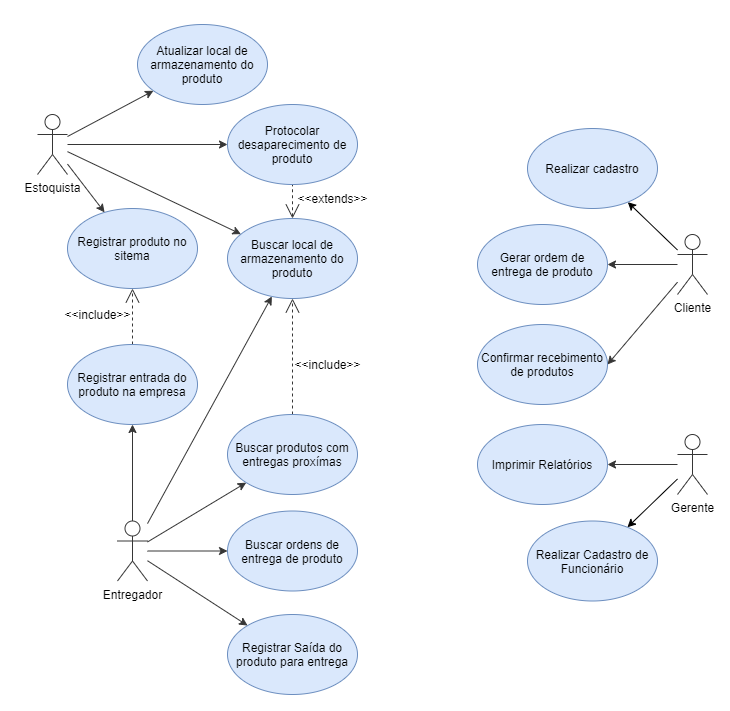
PedroHenriqueFonsecaMelo/EngenhariaFinal_T2 keeps this draw.io diagram as Requisitos/casos_uso.png. Above is the earlier version. Source tidied: cells renumbered, new cells last; positions are measured from the earlier drawing's top-left corner, leaving out a move shared by most shapes.
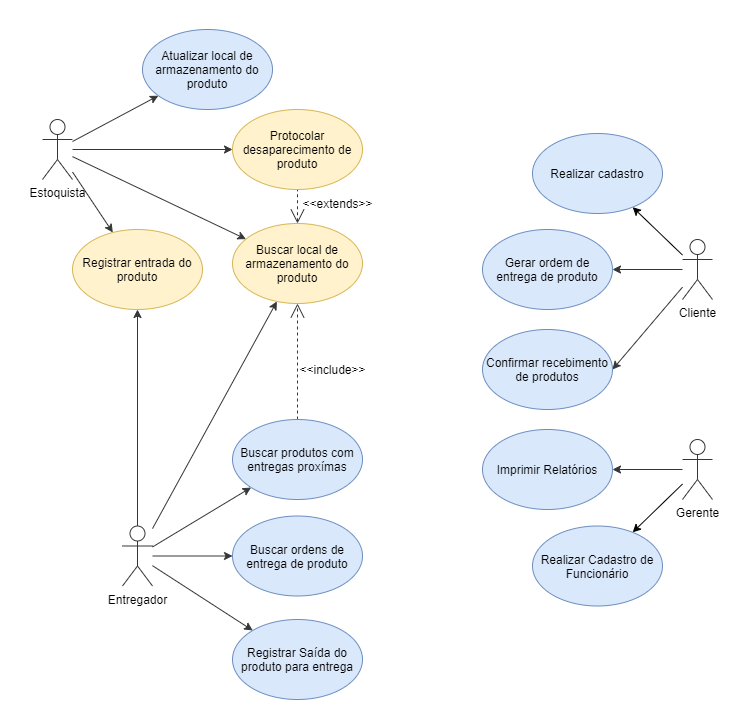
The same file after the commit.

Commit message:
Alterado informações no arquivo casos_uso.png

The edit, as a diff of the source:
```diff
@@ -2,116 +2,107 @@
   <root>
     <mxCell id="0" />
     <mxCell id="1" parent="0" />
-    <mxCell id="2" style="rounded=0;jettySize=auto;html=1;strokeColor=#363636;" parent="1" edge="1" source="6" target="7">
+    <mxCell id="2" style="rounded=0;jettySize=auto;html=1;strokeColor=#363636;" parent="1" edge="1" source="6" target="29">
       <mxGeometry relative="1" as="geometry" />
     </mxCell>
-    <mxCell id="3" style="rounded=0;jettySize=auto;html=1;strokeColor=#363636;" parent="1" edge="1" source="6" target="8">
+    <mxCell id="3" style="rounded=0;jettySize=auto;html=1;strokeColor=#363636;" parent="1" edge="1" source="6" target="7">
       <mxGeometry relative="1" as="geometry" />
     </mxCell>
-    <mxCell id="4" style="rounded=0;jettySize=auto;html=1;strokeColor=#363636;" parent="1" edge="1" source="6" target="21">
+    <mxCell id="4" style="rounded=0;jettySize=auto;html=1;strokeColor=#363636;" parent="1" edge="1" source="6" target="20">
       <mxGeometry relative="1" as="geometry" />
     </mxCell>
-    <mxCell id="5" style="rounded=0;jettySize=auto;html=1;strokeColor=#363636;" parent="1" edge="1" source="6" target="28">
+    <mxCell id="5" style="rounded=0;jettySize=auto;html=1;strokeColor=#363636;" parent="1" edge="1" source="6" target="27">
       <mxGeometry relative="1" as="geometry" />
     </mxCell>
     <mxCell id="6" value="Estoquista" style="shape=umlActor;verticalLabelPosition=bottom;verticalAlign=top;html=1;outlineConnect=0;strokeColor=#363636;" parent="1" vertex="1">
       <mxGeometry y="90" width="30" height="60" as="geometry" />
     </mxCell>
-    <mxCell id="7" value="Registrar produto no sitema" style="ellipse;whiteSpace=wrap;html=1;strokeColor=#6c8ebf;fillColor=#dae8fc;" parent="1" vertex="1">
-      <mxGeometry x="30" y="184" width="130" height="80" as="geometry" />
+    <mxCell id="7" value="Atualizar local de armazenamento do produto" style="ellipse;whiteSpace=wrap;html=1;strokeColor=#6c8ebf;fillColor=#dae8fc;" parent="1" vertex="1">
+      <mxGeometry x="100" width="130" height="80" as="geometry" />
     </mxCell>
-    <mxCell id="8" value="Atualizar local de armazenamento do produto" style="ellipse;whiteSpace=wrap;html=1;strokeColor=#6c8ebf;fillColor=#dae8fc;" parent="1" vertex="1">
-      <mxGeometry x="100" width="130" height="80" as="geometry" />
+    <mxCell id="8" style="rounded=0;jettySize=auto;html=1;strokeColor=#363636;" parent="1" edge="1" source="13" target="14">
+      <mxGeometry relative="1" as="geometry" />
     </mxCell>
-    <mxCell id="9" style="rounded=0;jettySize=auto;html=1;strokeColor=#363636;" parent="1" edge="1" source="14" target="15">
+    <mxCell id="9" style="rounded=0;jettySize=auto;html=1;strokeColor=#363636;" parent="1" edge="1" source="13" target="20">
       <mxGeometry relative="1" as="geometry" />
     </mxCell>
-    <mxCell id="10" style="rounded=0;jettySize=auto;html=1;strokeColor=#363636;" parent="1" edge="1" source="14" target="21">
+    <mxCell id="10" style="edgeStyle=none;rounded=0;jettySize=auto;html=1;startArrow=none;startFill=0;endArrow=classic;endFill=1;startSize=12;endSize=6;strokeColor=#363636;strokeWidth=1;" parent="1" edge="1" source="13" target="29">
       <mxGeometry relative="1" as="geometry" />
     </mxCell>
-    <mxCell id="11" style="edgeStyle=none;rounded=0;jettySize=auto;html=1;startArrow=none;startFill=0;endArrow=classic;endFill=1;startSize=12;endSize=6;strokeColor=#363636;strokeWidth=1;" parent="1" edge="1" source="14" target="31">
+    <mxCell id="11" style="edgeStyle=none;rounded=0;jettySize=auto;html=1;startArrow=none;startFill=0;endArrow=classic;endFill=1;startSize=12;endSize=6;strokeColor=#363636;strokeWidth=1;" parent="1" edge="1" source="13" target="30">
       <mxGeometry relative="1" as="geometry" />
     </mxCell>
-    <mxCell id="12" style="edgeStyle=none;rounded=0;jettySize=auto;html=1;startArrow=none;startFill=0;endArrow=classic;endFill=1;startSize=12;endSize=6;strokeColor=#363636;strokeWidth=1;" parent="1" edge="1" source="14" target="33">
+    <mxCell id="12" style="edgeStyle=none;rounded=0;jettySize=auto;html=1;startArrow=none;startFill=0;endArrow=classic;endFill=1;startSize=12;endSize=6;strokeColor=#363636;strokeWidth=1;" parent="1" edge="1" source="13" target="32">
       <mxGeometry relative="1" as="geometry" />
     </mxCell>
-    <mxCell id="13" style="edgeStyle=none;rounded=0;jettySize=auto;html=1;startArrow=none;startFill=0;endArrow=classic;endFill=1;startSize=12;endSize=6;strokeColor=#363636;strokeWidth=1;" parent="1" edge="1" source="14" target="35">
-      <mxGeometry relative="1" as="geometry" />
+    <mxCell id="13" value="Entregador" style="shape=umlActor;verticalLabelPosition=bottom;verticalAlign=top;html=1;outlineConnect=0;strokeColor=#363636;" parent="1" vertex="1">
+      <mxGeometry x="80" y="496.5" width="30" height="60" as="geometry" />
     </mxCell>
-    <mxCell id="14" value="Entregador" style="shape=umlActor;verticalLabelPosition=bottom;verticalAlign=top;html=1;outlineConnect=0;strokeColor=#363636;" parent="1" vertex="1">
-      <mxGeometry x="80" y="496.5" width="30" height="60" as="geometry" />
+    <mxCell id="14" value="Registrar Saída do produto para entrega" style="ellipse;whiteSpace=wrap;html=1;strokeColor=#6c8ebf;fillColor=#dae8fc;" parent="1" vertex="1">
+      <mxGeometry x="190" y="590" width="130" height="80" as="geometry" />
     </mxCell>
-    <mxCell id="15" value="Registrar Saída do produto para entrega" style="ellipse;whiteSpace=wrap;html=1;strokeColor=#6c8ebf;fillColor=#dae8fc;" parent="1" vertex="1">
-      <mxGeometry x="190" y="590" width="130" height="80" as="geometry" />
+    <mxCell id="15" style="edgeStyle=none;rounded=0;jettySize=auto;html=1;strokeColor=#363636;" parent="1" edge="1" source="17" target="18">
+      <mxGeometry relative="1" as="geometry" />
     </mxCell>
-    <mxCell id="16" style="edgeStyle=none;rounded=0;jettySize=auto;html=1;strokeColor=#363636;" parent="1" edge="1" source="18" target="19">
+    <mxCell id="16" style="edgeStyle=none;rounded=0;jettySize=auto;html=1;" parent="1" edge="1" source="17" target="35">
       <mxGeometry relative="1" as="geometry" />
     </mxCell>
-    <mxCell id="17" style="edgeStyle=none;rounded=0;jettySize=auto;html=1;" parent="1" edge="1" source="18" target="38">
-      <mxGeometry relative="1" as="geometry" />
+    <mxCell id="17" value="Gerente" style="shape=umlActor;verticalLabelPosition=bottom;verticalAlign=top;html=1;outlineConnect=0;strokeColor=#363636;" parent="1" vertex="1">
+      <mxGeometry x="640" y="410" width="30" height="60" as="geometry" />
     </mxCell>
-    <mxCell id="18" value="Gerente" style="shape=umlActor;verticalLabelPosition=bottom;verticalAlign=top;html=1;outlineConnect=0;strokeColor=#363636;" parent="1" vertex="1">
-      <mxGeometry x="640" y="410" width="30" height="60" as="geometry" />
+    <mxCell id="18" value="Imprimir Relatórios" style="ellipse;whiteSpace=wrap;html=1;strokeColor=#6c8ebf;fillColor=#dae8fc;" parent="1" vertex="1">
+      <mxGeometry x="440" y="400" width="130" height="80" as="geometry" />
     </mxCell>
-    <mxCell id="19" value="Imprimir Relatórios" style="ellipse;whiteSpace=wrap;html=1;strokeColor=#6c8ebf;fillColor=#dae8fc;" parent="1" vertex="1">
-      <mxGeometry x="440" y="400" width="130" height="80" as="geometry" />
+    <mxCell id="19" style="rounded=0;jettySize=auto;html=1;strokeColor=#363636;endArrow=none;endFill=0;startArrow=open;startFill=0;strokeWidth=1;endSize=6;startSize=12;dashed=1;" parent="1" edge="1" source="20" target="27">
+      <mxGeometry relative="1" as="geometry" />
     </mxCell>
-    <mxCell id="20" style="rounded=0;jettySize=auto;html=1;strokeColor=#363636;endArrow=none;endFill=0;startArrow=open;startFill=0;strokeWidth=1;endSize=6;startSize=12;dashed=1;" parent="1" edge="1" source="21" target="28">
-      <mxGeometry relative="1" as="geometry" />
+    <mxCell id="20" value="Buscar local de armazenamento do produto" style="ellipse;whiteSpace=wrap;html=1;strokeColor=#d6b656;fillColor=#fff2cc;" parent="1" vertex="1">
+      <mxGeometry x="190" y="194" width="130" height="80" as="geometry" />
     </mxCell>
-    <mxCell id="21" value="Buscar local de armazenamento do produto" style="ellipse;whiteSpace=wrap;html=1;strokeColor=#6c8ebf;fillColor=#dae8fc;" parent="1" vertex="1">
-      <mxGeometry x="190" y="194" width="130" height="80" as="geometry" />
+    <mxCell id="21" style="edgeStyle=none;rounded=0;jettySize=auto;html=1;strokeColor=#363636;" parent="1" edge="1" source="24" target="25">
+      <mxGeometry relative="1" as="geometry" />
     </mxCell>
-    <mxCell id="22" style="edgeStyle=none;rounded=0;jettySize=auto;html=1;strokeColor=#363636;" parent="1" edge="1" source="25" target="26">
+    <mxCell id="22" style="rounded=0;jettySize=auto;html=1;entryX=1;entryY=0.5;entryDx=0;entryDy=0;strokeColor=#363636;" parent="1" edge="1" source="24" target="26">
       <mxGeometry relative="1" as="geometry" />
     </mxCell>
-    <mxCell id="23" style="rounded=0;jettySize=auto;html=1;entryX=1;entryY=0.5;entryDx=0;entryDy=0;strokeColor=#363636;" parent="1" edge="1" source="25" target="27">
+    <mxCell id="23" style="rounded=0;jettySize=auto;html=1;" parent="1" edge="1" source="24" target="34">
       <mxGeometry relative="1" as="geometry" />
     </mxCell>
-    <mxCell id="24" style="rounded=0;jettySize=auto;html=1;" parent="1" edge="1" source="25" target="37">
-      <mxGeometry relative="1" as="geometry" />
+    <mxCell id="24" value="Cliente" style="shape=umlActor;verticalLabelPosition=bottom;verticalAlign=top;html=1;outlineConnect=0;strokeColor=#363636;" parent="1" vertex="1">
+      <mxGeometry x="640" y="210" width="30" height="60" as="geometry" />
     </mxCell>
-    <mxCell id="25" value="Cliente" style="shape=umlActor;verticalLabelPosition=bottom;verticalAlign=top;html=1;outlineConnect=0;strokeColor=#363636;" parent="1" vertex="1">
-      <mxGeometry x="640" y="210" width="30" height="60" as="geometry" />
+    <mxCell id="25" value="Gerar ordem de entrega de produto" style="ellipse;whiteSpace=wrap;html=1;strokeColor=#6c8ebf;fillColor=#dae8fc;" parent="1" vertex="1">
+      <mxGeometry x="440" y="200" width="130" height="80" as="geometry" />
     </mxCell>
-    <mxCell id="26" value="Gerar ordem de entrega de produto" style="ellipse;whiteSpace=wrap;html=1;strokeColor=#6c8ebf;fillColor=#dae8fc;" parent="1" vertex="1">
-      <mxGeometry x="440" y="200" width="130" height="80" as="geometry" />
+    <mxCell id="26" value="Confirmar recebimento de produtos" style="ellipse;whiteSpace=wrap;html=1;strokeColor=#6c8ebf;fillColor=#dae8fc;" parent="1" vertex="1">
+      <mxGeometry x="440" y="300" width="130" height="80" as="geometry" />
     </mxCell>
-    <mxCell id="27" value="Confirmar recebimento de produtos" style="ellipse;whiteSpace=wrap;html=1;strokeColor=#6c8ebf;fillColor=#dae8fc;" parent="1" vertex="1">
-      <mxGeometry x="440" y="300" width="130" height="80" as="geometry" />
+    <mxCell id="27" value="Protocolar desaparecimento de produto" style="ellipse;whiteSpace=wrap;html=1;strokeColor=#d6b656;fillColor=#fff2cc;" parent="1" vertex="1">
+      <mxGeometry x="190" y="80" width="130" height="80" as="geometry" />
     </mxCell>
-    <mxCell id="28" value="Protocolar desaparecimento de produto" style="ellipse;whiteSpace=wrap;html=1;strokeColor=#6c8ebf;fillColor=#dae8fc;" parent="1" vertex="1">
-      <mxGeometry x="190" y="80" width="130" height="80" as="geometry" />
+    <mxCell id="28" value="&amp;lt;&amp;lt;extends&amp;gt;&amp;gt;" style="text;html=1;align=center;verticalAlign=middle;points=[];strokeColor=none;" parent="1" vertex="1">
+      <mxGeometry x="250" y="164" width="90" height="20" as="geometry" />
     </mxCell>
-    <mxCell id="29" value="&amp;lt;&amp;lt;extends&amp;gt;&amp;gt;" style="text;html=1;align=center;verticalAlign=middle;points=[];strokeColor=none;" parent="1" vertex="1">
-      <mxGeometry x="250" y="164" width="90" height="20" as="geometry" />
+    <mxCell id="29" value="Registrar entrada do produto" style="ellipse;whiteSpace=wrap;html=1;strokeColor=#d6b656;fillColor=#fff2cc;" parent="1" vertex="1">
+      <mxGeometry x="30" y="200" width="130" height="80" as="geometry" />
     </mxCell>
-    <mxCell id="30" style="edgeStyle=none;rounded=0;jettySize=auto;html=1;startArrow=none;startFill=0;endArrow=open;endFill=0;startSize=12;endSize=12;strokeColor=#363636;strokeWidth=1;dashed=1;" parent="1" edge="1" source="31" target="7">
-      <mxGeometry relative="1" as="geometry" />
+    <mxCell id="30" value="Buscar ordens de entrega de produto" style="ellipse;whiteSpace=wrap;html=1;strokeColor=#6c8ebf;fillColor=#dae8fc;" parent="1" vertex="1">
+      <mxGeometry x="190" y="486.5" width="130" height="80" as="geometry" />
     </mxCell>
-    <mxCell id="31" value="Registrar entrada do produto na empresa" style="ellipse;whiteSpace=wrap;html=1;strokeColor=#6c8ebf;fillColor=#dae8fc;" parent="1" vertex="1">
-      <mxGeometry x="30" y="320" width="130" height="80" as="geometry" />
+    <mxCell id="31" style="edgeStyle=none;rounded=0;jettySize=auto;html=1;startArrow=none;startFill=0;endArrow=open;endFill=0;startSize=12;endSize=12;strokeColor=#363636;strokeWidth=1;dashed=1;" parent="1" edge="1" source="32" target="20">
+      <mxGeometry relative="1" as="geometry" />
     </mxCell>
-    <mxCell id="32" value="&amp;lt;&amp;lt;include&amp;gt;&amp;gt;" style="text;html=1;align=center;verticalAlign=middle;points=[];strokeColor=none;" parent="1" vertex="1">
-      <mxGeometry x="20" y="280" width="80" height="20" as="geometry" />
+    <mxCell id="32" value="Buscar produtos com entregas proxímas" style="ellipse;whiteSpace=wrap;html=1;strokeColor=#6c8ebf;fillColor=#dae8fc;" parent="1" vertex="1">
+      <mxGeometry x="190" y="390" width="130" height="80" as="geometry" />
     </mxCell>
-    <mxCell id="33" value="Buscar ordens de entrega de produto" style="ellipse;whiteSpace=wrap;html=1;strokeColor=#6c8ebf;fillColor=#dae8fc;" parent="1" vertex="1">
-      <mxGeometry x="190" y="486.5" width="130" height="80" as="geometry" />
+    <mxCell id="33" value="&amp;lt;&amp;lt;include&amp;gt;&amp;gt;" style="text;html=1;align=center;verticalAlign=middle;points=[];strokeColor=none;" parent="1" vertex="1">
+      <mxGeometry x="250" y="330" width="80" height="20" as="geometry" />
     </mxCell>
-    <mxCell id="34" style="edgeStyle=none;rounded=0;jettySize=auto;html=1;startArrow=none;startFill=0;endArrow=open;endFill=0;startSize=12;endSize=12;strokeColor=#363636;strokeWidth=1;dashed=1;" parent="1" edge="1" source="35" target="21">
-      <mxGeometry relative="1" as="geometry" />
+    <mxCell id="34" value="Realizar cadastro" style="ellipse;whiteSpace=wrap;html=1;strokeColor=#6c8ebf;fillColor=#dae8fc;" parent="1" vertex="1">
+      <mxGeometry x="490" y="104" width="130" height="80" as="geometry" />
     </mxCell>
-    <mxCell id="35" value="Buscar produtos com entregas proxímas" style="ellipse;whiteSpace=wrap;html=1;strokeColor=#6c8ebf;fillColor=#dae8fc;" parent="1" vertex="1">
-      <mxGeometry x="190" y="390" width="130" height="80" as="geometry" />
+    <mxCell id="35" value="Realizar Cadastro de Funcionário" style="ellipse;whiteSpace=wrap;html=1;strokeColor=#6c8ebf;fillColor=#dae8fc;" parent="1" vertex="1">
+      <mxGeometry x="490" y="496.5" width="130" height="80" as="geometry" />
     </mxCell>
-    <mxCell id="36" value="&amp;lt;&amp;lt;include&amp;gt;&amp;gt;" style="text;html=1;align=center;verticalAlign=middle;strokeColor=none;" parent="1" vertex="1">
-      <mxGeometry x="250" y="330" width="80" height="20" as="geometry" />
-    </mxCell>
-    <mxCell id="37" value="Realizar cadastro" style="ellipse;whiteSpace=wrap;html=1;strokeColor=#6c8ebf;fillColor=#dae8fc;" parent="1" vertex="1">
-      <mxGeometry x="490" y="104" width="130" height="80" as="geometry" />
-    </mxCell>
-    <mxCell id="38" value="Realizar Cadastro de Funcionário" style="ellipse;whiteSpace=wrap;html=1;strokeColor=#6c8ebf;fillColor=#dae8fc;" parent="1" vertex="1">
-      <mxGeometry x="490" y="496.5" width="130" height="80" as="geometry" />
-    </mxCell>
   </root>
 </mxGraphModel>
```
